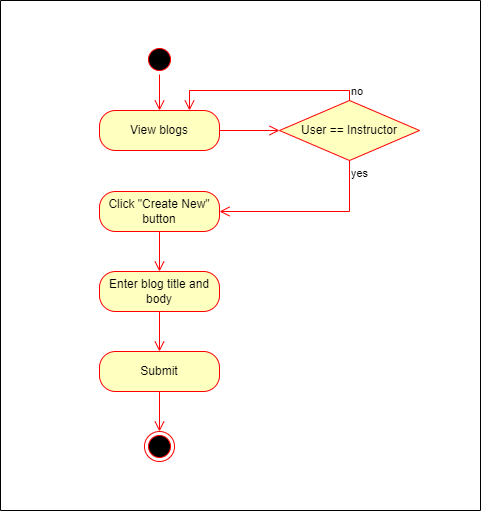
This is Materials/Activity Diagrams/AD_Write Blog.png from iprosenjitp/Tech-School, a draw.io export, as it was before one commit. Source tidied: cells renumbered, new cells last; positions are measured from the earlier drawing's top-left corner, leaving out a move shared by most shapes.
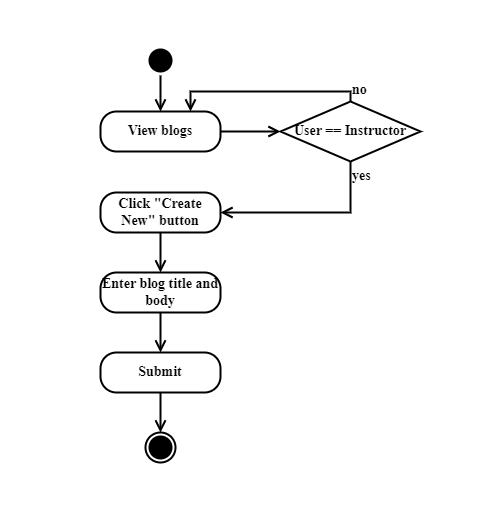
The same diagram one commit later.

Diff of the diagram source:
```diff
@@ -2,49 +2,49 @@
   <root>
     <mxCell id="0" />
     <mxCell id="1" parent="0" />
-    <mxCell id="2" value="View blogs" style="rounded=1;whiteSpace=wrap;html=1;arcSize=40;fontColor=#000000;fillColor=#ffffc0;strokeColor=#ff0000;" parent="1" vertex="1">
+    <mxCell id="2" value="View blogs" style="rounded=1;whiteSpace=wrap;html=1;arcSize=40;strokeWidth=2;fontFamily=Times New Roman;fontStyle=1;fontSize=14;" parent="1" vertex="1">
       <mxGeometry x="99" y="110" width="120" height="40" as="geometry" />
     </mxCell>
-    <mxCell id="3" style="edgeStyle=orthogonalEdgeStyle;html=1;verticalAlign=bottom;endArrow=open;endSize=8;strokeColor=#ff0000;rounded=0;entryX=0;entryY=0.5;entryDx=0;entryDy=0;" parent="1" edge="1" source="2" target="7">
+    <mxCell id="3" style="edgeStyle=orthogonalEdgeStyle;html=1;verticalAlign=bottom;endArrow=open;endSize=8;rounded=0;entryX=0;entryY=0.5;entryDx=0;entryDy=0;strokeWidth=2;fontFamily=Times New Roman;fontStyle=1;fontSize=14;" parent="1" edge="1" source="2" target="7">
       <mxGeometry relative="1" as="geometry" />
     </mxCell>
-    <mxCell id="4" style="ellipse;html=1;shape=startState;fillColor=#000000;strokeColor=#ff0000;" parent="1" vertex="1">
+    <mxCell id="4" style="ellipse;html=1;shape=startState;strokeWidth=2;fontFamily=Times New Roman;fontStyle=1;fontSize=14;fillColor=#000000;" parent="1" vertex="1">
       <mxGeometry x="144" y="44" width="30" height="30" as="geometry" />
     </mxCell>
-    <mxCell id="5" style="edgeStyle=orthogonalEdgeStyle;html=1;verticalAlign=bottom;endArrow=open;endSize=8;strokeColor=#ff0000;rounded=0;entryX=0.5;entryY=0;entryDx=0;entryDy=0;" parent="1" edge="1" source="4" target="2">
+    <mxCell id="5" style="edgeStyle=orthogonalEdgeStyle;html=1;verticalAlign=bottom;endArrow=open;endSize=8;rounded=0;entryX=0.5;entryY=0;entryDx=0;entryDy=0;strokeWidth=2;fontFamily=Times New Roman;fontStyle=1;fontSize=14;" parent="1" edge="1" source="4" target="2">
       <mxGeometry relative="1" as="geometry" />
     </mxCell>
-    <mxCell id="6" style="swimlane;startSize=0;" parent="1" vertex="1">
+    <mxCell id="6" style="swimlane;startSize=0;strokeWidth=2;fontFamily=Times New Roman;fontStyle=1;fontSize=14;strokeColor=#FFFFFF;" parent="1" vertex="1">
       <mxGeometry width="480" height="510" as="geometry" />
     </mxCell>
-    <mxCell id="7" value="User == Instructor" style="rhombus;whiteSpace=wrap;html=1;fontColor=#000000;fillColor=#ffffc0;strokeColor=#ff0000;" parent="6" vertex="1">
+    <mxCell id="7" value="User == Instructor" style="rhombus;whiteSpace=wrap;html=1;strokeWidth=2;fontFamily=Times New Roman;fontStyle=1;fontSize=14;" parent="6" vertex="1">
       <mxGeometry x="279" y="100" width="140" height="60" as="geometry" />
     </mxCell>
-    <mxCell id="8" value="Click &quot;Create New&quot; button" style="rounded=1;whiteSpace=wrap;html=1;arcSize=40;fontColor=#000000;fillColor=#ffffc0;strokeColor=#ff0000;" parent="6" vertex="1">
+    <mxCell id="8" value="Click &quot;Create New&quot; button" style="rounded=1;whiteSpace=wrap;html=1;arcSize=40;strokeWidth=2;fontFamily=Times New Roman;fontStyle=1;fontSize=14;" parent="6" vertex="1">
       <mxGeometry x="99" y="191" width="120" height="40" as="geometry" />
     </mxCell>
-    <mxCell id="9" value="yes" style="edgeStyle=orthogonalEdgeStyle;html=1;align=left;verticalAlign=top;endArrow=open;endSize=8;strokeColor=#ff0000;rounded=0;entryX=1;entryY=0.5;entryDx=0;entryDy=0;exitX=0.5;exitY=1;exitDx=0;exitDy=0;" parent="6" edge="1" source="7" target="8">
+    <mxCell id="9" value="yes" style="edgeStyle=orthogonalEdgeStyle;html=1;align=left;verticalAlign=top;endArrow=open;endSize=8;rounded=0;entryX=1;entryY=0.5;entryDx=0;entryDy=0;exitX=0.5;exitY=1;exitDx=0;exitDy=0;strokeWidth=2;fontFamily=Times New Roman;fontStyle=1;fontSize=14;" parent="6" edge="1" source="7" target="8">
       <mxGeometry x="-1" relative="1" as="geometry" />
     </mxCell>
-    <mxCell id="10" value="Enter blog title and body" style="rounded=1;whiteSpace=wrap;html=1;arcSize=40;fontColor=#000000;fillColor=#ffffc0;strokeColor=#ff0000;" parent="6" vertex="1">
+    <mxCell id="10" value="Enter blog title and body" style="rounded=1;whiteSpace=wrap;html=1;arcSize=40;strokeWidth=2;fontFamily=Times New Roman;fontStyle=1;fontSize=14;" parent="6" vertex="1">
       <mxGeometry x="99" y="271" width="120" height="40" as="geometry" />
     </mxCell>
-    <mxCell id="11" style="edgeStyle=orthogonalEdgeStyle;html=1;verticalAlign=bottom;endArrow=open;endSize=8;strokeColor=#ff0000;rounded=0;entryX=0.5;entryY=0;entryDx=0;entryDy=0;" parent="6" edge="1" source="8" target="10">
+    <mxCell id="11" style="edgeStyle=orthogonalEdgeStyle;html=1;verticalAlign=bottom;endArrow=open;endSize=8;rounded=0;entryX=0.5;entryY=0;entryDx=0;entryDy=0;strokeWidth=2;fontFamily=Times New Roman;fontStyle=1;fontSize=14;" parent="6" edge="1" source="8" target="10">
       <mxGeometry relative="1" as="geometry" />
     </mxCell>
-    <mxCell id="12" value="Submit" style="rounded=1;whiteSpace=wrap;html=1;arcSize=40;fontColor=#000000;fillColor=#ffffc0;strokeColor=#ff0000;" parent="6" vertex="1">
+    <mxCell id="12" value="Submit" style="rounded=1;whiteSpace=wrap;html=1;arcSize=40;strokeWidth=2;fontFamily=Times New Roman;fontStyle=1;fontSize=14;" parent="6" vertex="1">
       <mxGeometry x="99" y="351" width="120" height="40" as="geometry" />
     </mxCell>
-    <mxCell id="13" style="edgeStyle=orthogonalEdgeStyle;html=1;verticalAlign=bottom;endArrow=open;endSize=8;strokeColor=#ff0000;rounded=0;entryX=0.5;entryY=0;entryDx=0;entryDy=0;" parent="6" edge="1" source="10" target="12">
+    <mxCell id="13" style="edgeStyle=orthogonalEdgeStyle;html=1;verticalAlign=bottom;endArrow=open;endSize=8;rounded=0;entryX=0.5;entryY=0;entryDx=0;entryDy=0;strokeWidth=2;fontFamily=Times New Roman;fontStyle=1;fontSize=14;" parent="6" edge="1" source="10" target="12">
       <mxGeometry relative="1" as="geometry" />
     </mxCell>
-    <mxCell id="14" style="ellipse;html=1;shape=endState;fillColor=#000000;strokeColor=#ff0000;" parent="6" vertex="1">
+    <mxCell id="14" style="ellipse;html=1;shape=endState;strokeWidth=2;fontFamily=Times New Roman;fontStyle=1;fontSize=14;fillColor=#000000;" parent="6" vertex="1">
       <mxGeometry x="144" y="431" width="30" height="30" as="geometry" />
     </mxCell>
-    <mxCell id="15" style="edgeStyle=orthogonalEdgeStyle;html=1;verticalAlign=bottom;endArrow=open;endSize=8;strokeColor=#ff0000;rounded=0;entryX=0.5;entryY=0;entryDx=0;entryDy=0;" parent="6" edge="1" source="12" target="14">
+    <mxCell id="15" style="edgeStyle=orthogonalEdgeStyle;html=1;verticalAlign=bottom;endArrow=open;endSize=8;rounded=0;entryX=0.5;entryY=0;entryDx=0;entryDy=0;strokeWidth=2;fontFamily=Times New Roman;fontStyle=1;fontSize=14;" parent="6" edge="1" source="12" target="14">
       <mxGeometry relative="1" as="geometry" />
     </mxCell>
-    <mxCell id="16" value="no" style="edgeStyle=orthogonalEdgeStyle;html=1;align=left;verticalAlign=bottom;endArrow=open;endSize=8;strokeColor=#ff0000;rounded=0;entryX=0.75;entryY=0;entryDx=0;entryDy=0;exitX=0.5;exitY=0;exitDx=0;exitDy=0;" parent="1" edge="1" source="7" target="2">
+    <mxCell id="16" value="no" style="edgeStyle=orthogonalEdgeStyle;html=1;align=left;verticalAlign=bottom;endArrow=open;endSize=8;rounded=0;entryX=0.75;entryY=0;entryDx=0;entryDy=0;exitX=0.5;exitY=0;exitDx=0;exitDy=0;strokeWidth=2;fontFamily=Times New Roman;fontStyle=1;fontSize=14;" parent="1" edge="1" source="7" target="2">
       <mxGeometry x="-1" relative="1" as="geometry" />
     </mxCell>
   </root>
```
